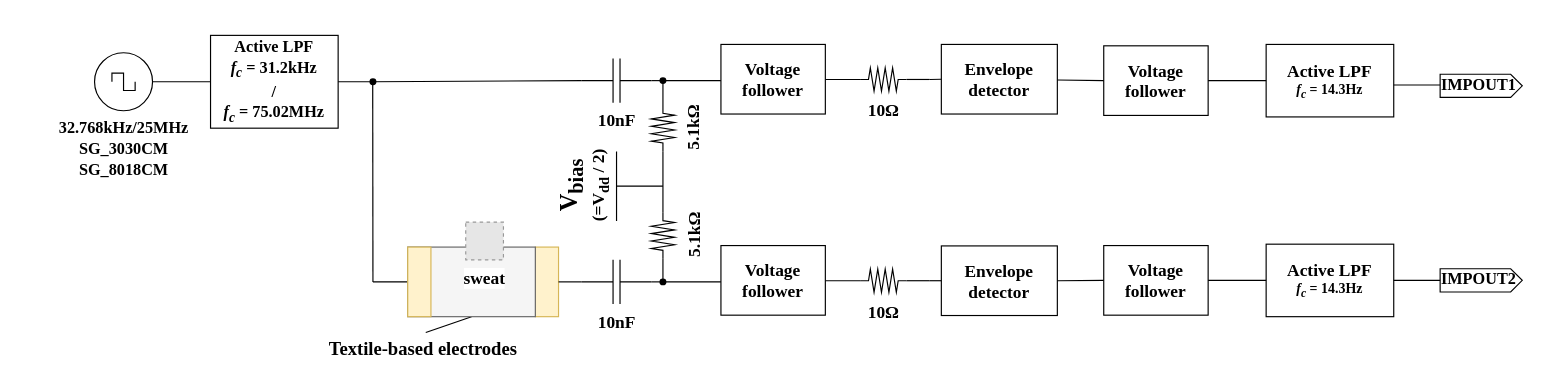
The draw.io diagram forIEEE Sensors_simplified_circuit.drawio in 10matcho27/drawio_figure, before the edit. Source tidied: cells renumbered, new cells numbered last; positions are measured from the earlier drawing's top-left corner, leaving out a move shared by most shapes. Both pictures are drawn from the tidied source at 116%, with x=0, y=0 at pixel (94, 35). Pictures stored in the file or linked from it are replaced by grey dashed boxes.
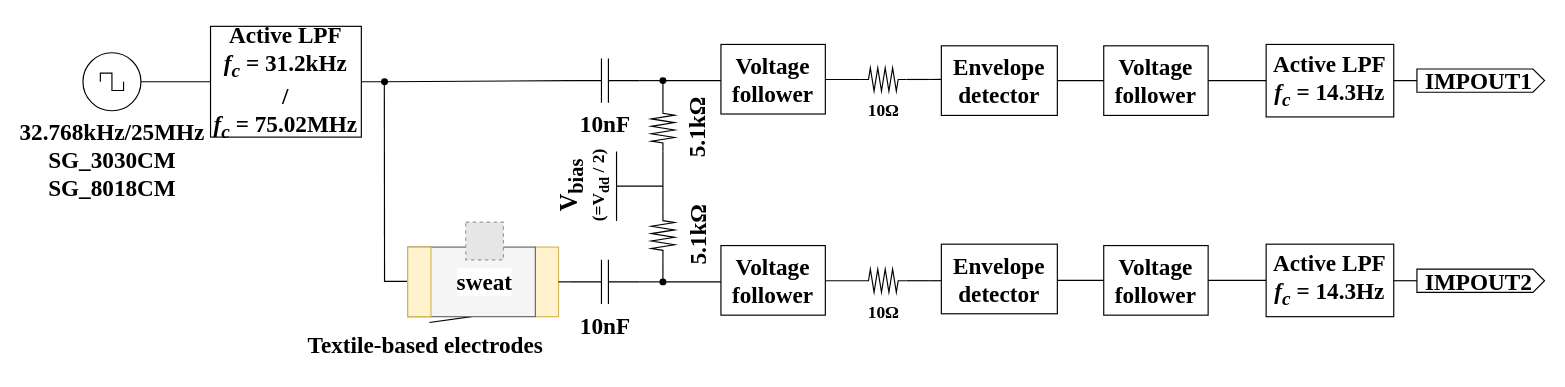
The same page after the edit.

Commit message (it also covers changes not shown here):
forIEEE Sensors_simplified_circuit.drawio を更新します

What changed in the source:
```diff
@@
-    <mxCell id="2" value="&lt;div style=&quot;font-size: 14px;&quot;&gt;&lt;font style=&quot;font-size: 14px;&quot; face=&quot;Times New Roman&quot;&gt;&lt;b&gt;32.768kHz/25MHz&lt;br&gt;&lt;/b&gt;&lt;/font&gt;&lt;/div&gt;&lt;div style=&quot;font-size: 14px;&quot;&gt;&lt;font style=&quot;font-size: 14px;&quot; face=&quot;Times New Roman&quot;&gt;&lt;b&gt;SG_3030CM&lt;/b&gt;&lt;/font&gt;&lt;/div&gt;&lt;div style=&quot;font-size: 14px;&quot;&gt;&lt;font style=&quot;font-size: 14px;&quot; face=&quot;Times New Roman&quot;&gt;&lt;b&gt;SG_8018CM&lt;/b&gt;&lt;/font&gt;&lt;/div&gt;" style="verticalLabelPosition=bottom;shadow=0;dashed=0;align=center;html=1;verticalAlign=top;shape=mxgraph.electrical.signal_sources.source;points=[[0.5,0,0],[1,0.5,0],[0.5,1,0],[0,0.5,0]];elSignalType=square;" parent="1" vertex="1">
-      <mxGeometry y="15" width="50" height="50" as="geometry" />
+    <mxCell id="2" value="&lt;div style=&quot;font-size: 20px;&quot;&gt;&lt;font style=&quot;font-size: 20px;&quot; face=&quot;Times New Roman&quot;&gt;&lt;b&gt;32.768kHz/25MHz&lt;br&gt;&lt;/b&gt;&lt;/font&gt;&lt;/div&gt;&lt;div style=&quot;font-size: 20px;&quot;&gt;&lt;font style=&quot;font-size: 20px;&quot; face=&quot;Times New Roman&quot;&gt;&lt;b&gt;SG_3030CM&lt;/b&gt;&lt;/font&gt;&lt;/div&gt;&lt;div style=&quot;font-size: 20px;&quot;&gt;&lt;font style=&quot;font-size: 20px;&quot; face=&quot;Times New Roman&quot;&gt;&lt;b&gt;SG_8018CM&lt;/b&gt;&lt;/font&gt;&lt;/div&gt;" style="verticalLabelPosition=bottom;shadow=0;dashed=0;align=center;html=1;verticalAlign=top;shape=mxgraph.electrical.signal_sources.source;points=[[0.5,0,0],[1,0.5,0],[0.5,1,0],[0,0.5,0]];elSignalType=square;" parent="1" vertex="1">
+      <mxGeometry x="-10" y="15" width="50" height="50" as="geometry" />
     </mxCell>
-    <mxCell id="3" value="&lt;div style=&quot;font-size: 14px;&quot;&gt;&lt;font style=&quot;font-size: 14px;&quot; face=&quot;Times New Roman&quot;&gt;&lt;b style=&quot;&quot;&gt;Active LPF&lt;/b&gt;&lt;/font&gt;&lt;/div&gt;&lt;div style=&quot;font-size: 14px;&quot;&gt;&lt;font style=&quot;font-size: 14px;&quot; face=&quot;Times New Roman&quot;&gt;&lt;b&gt;&lt;i&gt;f&lt;sub&gt;c&lt;/sub&gt;&lt;/i&gt; = 31.2kHz&lt;/b&gt;&lt;/font&gt;&lt;/div&gt;&lt;div style=&quot;font-size: 14px;&quot;&gt;&lt;font style=&quot;font-size: 14px;&quot; face=&quot;Times New Roman&quot;&gt;&lt;b&gt;/&lt;/b&gt;&lt;/font&gt;&lt;/div&gt;&lt;div style=&quot;font-size: 14px;&quot;&gt;&lt;font style=&quot;font-size: 14px;&quot; face=&quot;Times New Roman&quot;&gt;&lt;b&gt;&lt;i&gt;f&lt;sub&gt;c&lt;/sub&gt;&lt;/i&gt; = 75.02MHz&lt;/b&gt;&lt;/font&gt;&lt;/div&gt;" style="whiteSpace=wrap;html=1;" parent="1" vertex="1">
-      <mxGeometry x="100" width="110" height="80" as="geometry" />
+    <mxCell id="3" value="&lt;div style=&quot;font-size: 20px;&quot;&gt;&lt;font style=&quot;font-size: 20px;&quot; face=&quot;Times New Roman&quot;&gt;&lt;b style=&quot;&quot;&gt;Active LPF&lt;/b&gt;&lt;/font&gt;&lt;/div&gt;&lt;div style=&quot;font-size: 20px;&quot;&gt;&lt;font style=&quot;font-size: 20px;&quot; face=&quot;Times New Roman&quot;&gt;&lt;b&gt;&lt;i&gt;f&lt;sub&gt;c&lt;/sub&gt;&lt;/i&gt; = 31.2kHz&lt;/b&gt;&lt;/font&gt;&lt;/div&gt;&lt;div style=&quot;font-size: 20px;&quot;&gt;&lt;font style=&quot;font-size: 20px;&quot; face=&quot;Times New Roman&quot;&gt;&lt;b&gt;/&lt;/b&gt;&lt;/font&gt;&lt;/div&gt;&lt;div style=&quot;font-size: 20px;&quot;&gt;&lt;font style=&quot;font-size: 20px;&quot; face=&quot;Times New Roman&quot;&gt;&lt;b&gt;&lt;i&gt;f&lt;sub&gt;c&lt;/sub&gt;&lt;/i&gt; = 75.02MHz&lt;/b&gt;&lt;/font&gt;&lt;/div&gt;" style="whiteSpace=wrap;html=1;" parent="1" vertex="1">
+      <mxGeometry x="100" y="-7.8" width="130" height="95.5" as="geometry" />
     </mxCell>
@@
     <mxCell id="6" style="endArrow=none;html=1;rounded=0;fontSize=15;" parent="1" edge="1">
       <mxGeometry relative="1" as="geometry">
-        <mxPoint x="240" y="212.5" as="sourcePoint" />
-        <mxPoint x="239.8" y="40" as="targetPoint" />
+        <mxPoint x="250" y="212.5" as="sourcePoint" />
+        <mxPoint x="249.8" y="40" as="targetPoint" />
       </mxGeometry>
     </mxCell>
     <mxCell id="7" style="shape=waypoint;sketch=0;fillStyle=solid;size=6;points=[];fillColor=none;perimeter=centerPerimeter;snapToPoint=1;fontSize=15;" parent="1" vertex="1">
-      <mxGeometry x="220" y="20" width="40" height="40" as="geometry" />
+      <mxGeometry x="230" y="20" width="40" height="40" as="geometry" />
     </mxCell>
@@
-    <mxCell id="10" style="endArrow=none;html=1;rounded=0;fontSize=15;entryX=0;entryY=0.5;entryDx=0;entryDy=0;startArrow=none;" parent="1" edge="1">
+    <mxCell id="10" style="endArrow=none;html=1;rounded=0;fontSize=15;entryX=0.009;entryY=0.443;entryDx=0;entryDy=0;startArrow=none;entryPerimeter=0;" parent="1" edge="1">
       <mxGeometry relative="1" as="geometry">
-        <mxPoint x="240" y="212.5" as="sourcePoint" />
-        <mxPoint x="270" y="212.5" as="targetPoint" />
+        <mxPoint x="250" y="212" as="sourcePoint" />
+        <mxPoint x="270.2" y="212.1" as="targetPoint" />
       </mxGeometry>
     </mxCell>
-    <mxCell id="11" value="&lt;font face=&quot;Times New Roman&quot;&gt;&lt;b&gt;10nF&lt;/b&gt;&lt;/font&gt;" style="verticalLabelPosition=bottom;shadow=0;dashed=0;align=center;html=1;verticalAlign=top;shape=mxgraph.electrical.capacitors.capacitor_1;fontSize=15;" parent="1" vertex="1">
-      <mxGeometry x="420" y="20" width="60" height="38" as="geometry" />
+    <mxCell id="11" value="&lt;font style=&quot;font-size: 20px;&quot; face=&quot;Times New Roman&quot;&gt;&lt;b&gt;10nF&lt;/b&gt;&lt;/font&gt;" style="verticalLabelPosition=bottom;shadow=0;dashed=0;align=center;html=1;verticalAlign=top;shape=mxgraph.electrical.capacitors.capacitor_1;fontSize=15;" parent="1" vertex="1">
+      <mxGeometry x="410" y="20" width="60" height="38" as="geometry" />
     </mxCell>
-    <mxCell id="12" value="&lt;font face=&quot;Times New Roman&quot;&gt;&lt;b&gt;10nF&lt;/b&gt;&lt;/font&gt;" style="verticalLabelPosition=bottom;shadow=0;dashed=0;align=center;html=1;verticalAlign=top;shape=mxgraph.electrical.capacitors.capacitor_1;fontSize=15;" parent="1" vertex="1">
-      <mxGeometry x="420" y="193.5" width="60" height="38" as="geometry" />
+    <mxCell id="12" value="&lt;font style=&quot;font-size: 20px;&quot; face=&quot;Times New Roman&quot;&gt;&lt;b&gt;10nF&lt;/b&gt;&lt;/font&gt;" style="verticalLabelPosition=bottom;shadow=0;dashed=0;align=center;html=1;verticalAlign=top;shape=mxgraph.electrical.capacitors.capacitor_1;fontSize=15;" parent="1" vertex="1">
+      <mxGeometry x="410" y="193.5" width="60" height="38" as="geometry" />
     </mxCell>
@@
-    <mxCell id="19" value="&lt;div style=&quot;font-size: 15px;&quot;&gt;&lt;font style=&quot;font-size: 15px;&quot; face=&quot;Times New Roman&quot;&gt;&lt;b&gt;5.1kΩ&lt;/b&gt;&lt;/font&gt;&lt;/div&gt;" style="verticalLabelPosition=bottom;shadow=0;dashed=0;align=center;html=1;verticalAlign=top;shape=mxgraph.electrical.resistors.resistor_2;rotation=-90;labelPosition=center;direction=west;spacing=3;spacingTop=0;spacingLeft=0;" parent="1" vertex="1">
+    <mxCell id="19" value="&lt;div style=&quot;font-size: 20px;&quot;&gt;&lt;font style=&quot;font-size: 20px;&quot; face=&quot;Times New Roman&quot;&gt;&lt;b&gt;5.1kΩ&lt;/b&gt;&lt;/font&gt;&lt;/div&gt;" style="verticalLabelPosition=bottom;shadow=0;dashed=0;align=center;html=1;verticalAlign=top;shape=mxgraph.electrical.resistors.resistor_2;rotation=-90;labelPosition=center;direction=west;spacing=3;spacingTop=0;spacingLeft=0;" parent="1" vertex="1">
       <mxGeometry x="470" y="70" width="40" height="20" as="geometry" />
     </mxCell>
-    <mxCell id="20" value="&lt;div style=&quot;font-size: 15px;&quot;&gt;&lt;font style=&quot;font-size: 15px;&quot; face=&quot;Times New Roman&quot;&gt;&lt;b&gt;5.1kΩ&lt;/b&gt;&lt;/font&gt;&lt;/div&gt;" style="verticalLabelPosition=bottom;shadow=0;dashed=0;align=center;html=1;verticalAlign=top;shape=mxgraph.electrical.resistors.resistor_2;rotation=-90;labelPosition=center;direction=west;spacing=3;spacingTop=0;spacingLeft=0;" parent="1" vertex="1">
+    <mxCell id="20" value="&lt;div style=&quot;font-size: 20px;&quot;&gt;&lt;font style=&quot;font-size: 20px;&quot; face=&quot;Times New Roman&quot;&gt;&lt;b&gt;5.1kΩ&lt;/b&gt;&lt;/font&gt;&lt;/div&gt;" style="verticalLabelPosition=bottom;shadow=0;dashed=0;align=center;html=1;verticalAlign=top;shape=mxgraph.electrical.resistors.resistor_2;rotation=-90;labelPosition=center;direction=west;spacing=3;spacingTop=0;spacingLeft=0;" parent="1" vertex="1">
       <mxGeometry x="470" y="162.5" width="40" height="20" as="geometry" />
     </mxCell>
@@
-    <mxCell id="28" value="&lt;h1 id=&quot;firstHeading&quot; class=&quot;firstHeading mw-first-heading&quot; style=&quot;font-size: 15px&quot;&gt;&lt;font style=&quot;font-size: 15px&quot; face=&quot;Times New Roman&quot;&gt;Envelope detector&lt;/font&gt;&lt;/h1&gt;" style="whiteSpace=wrap;html=1;fontSize=20;" parent="1" vertex="1">
-      <mxGeometry x="730" y="7.8" width="100" height="60" as="geometry" />
-    </mxCell>
-    <mxCell id="29" value="&lt;h1 id=&quot;firstHeading&quot; class=&quot;firstHeading mw-first-heading&quot; style=&quot;font-size: 15px&quot;&gt;&lt;font style=&quot;font-size: 15px&quot; face=&quot;Times New Roman&quot;&gt;Envelope detector&lt;/font&gt;&lt;/h1&gt;" style="whiteSpace=wrap;html=1;fontSize=20;" parent="1" vertex="1">
-      <mxGeometry x="730" y="181.5" width="100" height="60" as="geometry" />
-    </mxCell>
@@
-    <mxCell id="33" style="endArrow=none;html=1;rounded=0;fontSize=15;exitDx=0;exitDy=0;startArrow=none;exitX=1;exitY=0.5;entryX=0;entryY=0.5;entryDx=0;entryDy=0;exitPerimeter=0;" parent="1" edge="1" target="28">
+    <mxCell id="33" style="endArrow=none;html=1;rounded=0;fontSize=15;exitDx=0;exitDy=0;startArrow=none;exitX=1;exitY=0.5;entryX=0.001;entryY=0.483;entryDx=0;entryDy=0;exitPerimeter=0;entryPerimeter=0;" parent="1" edge="1" target="57">
       <mxGeometry relative="1" as="geometry">
         <mxPoint x="720" y="38" as="sourcePoint" />
       </mxGeometry>
     </mxCell>
@@
-    <mxCell id="37" value="&lt;div&gt;&lt;font face=&quot;Times New Roman&quot;&gt;&lt;b&gt;Voltage &lt;br&gt;&lt;/b&gt;&lt;/font&gt;&lt;/div&gt;&lt;div&gt;&lt;font face=&quot;Times New Roman&quot;&gt;&lt;b&gt;follower&lt;/b&gt;&lt;/font&gt;&lt;/div&gt;" style="whiteSpace=wrap;html=1;fontSize=15;" parent="1" vertex="1">
+    <mxCell id="37" value="&lt;div style=&quot;font-size: 20px;&quot;&gt;&lt;font style=&quot;font-size: 20px;&quot; face=&quot;Times New Roman&quot;&gt;&lt;b&gt;Voltage &lt;br&gt;&lt;/b&gt;&lt;/font&gt;&lt;/div&gt;&lt;div style=&quot;font-size: 20px;&quot;&gt;&lt;font style=&quot;font-size: 20px;&quot; face=&quot;Times New Roman&quot;&gt;&lt;b&gt;follower&lt;/b&gt;&lt;/font&gt;&lt;/div&gt;" style="whiteSpace=wrap;html=1;fontSize=15;" parent="1" vertex="1">
       <mxGeometry x="870" y="9" width="90" height="60" as="geometry" />
     </mxCell>
-    <mxCell id="38" value="&lt;div&gt;&lt;font face=&quot;Times New Roman&quot;&gt;&lt;b&gt;Voltage &lt;br&gt;&lt;/b&gt;&lt;/font&gt;&lt;/div&gt;&lt;div&gt;&lt;font face=&quot;Times New Roman&quot;&gt;&lt;b&gt;follower&lt;/b&gt;&lt;/font&gt;&lt;/div&gt;" style="whiteSpace=wrap;html=1;fontSize=15;" parent="1" vertex="1">
+    <mxCell id="38" value="&lt;div style=&quot;font-size: 20px;&quot;&gt;&lt;font style=&quot;font-size: 20px;&quot; face=&quot;Times New Roman&quot;&gt;&lt;b&gt;Voltage &lt;br&gt;&lt;/b&gt;&lt;/font&gt;&lt;/div&gt;&lt;div style=&quot;font-size: 20px;&quot;&gt;&lt;font style=&quot;font-size: 20px;&quot; face=&quot;Times New Roman&quot;&gt;&lt;b&gt;follower&lt;/b&gt;&lt;/font&gt;&lt;/div&gt;" style="whiteSpace=wrap;html=1;fontSize=15;" parent="1" vertex="1">
       <mxGeometry x="870" y="181.2" width="90" height="60" as="geometry" />
     </mxCell>
-    <mxCell id="39" value="&lt;div&gt;&lt;font size=&quot;1&quot; face=&quot;Times New Roman&quot;&gt;&lt;b style=&quot;font-size: 15px&quot;&gt;Active LPF&lt;/b&gt;&lt;/font&gt;&lt;/div&gt;&lt;div&gt;&lt;font face=&quot;Times New Roman&quot;&gt;&lt;b&gt;&lt;i&gt;f&lt;sub&gt;c&lt;/sub&gt;&lt;/i&gt; = 14.3Hz&lt;br&gt;&lt;/b&gt;&lt;/font&gt;&lt;/div&gt;" style="whiteSpace=wrap;html=1;" parent="1" vertex="1">
+    <mxCell id="39" value="&lt;div style=&quot;font-size: 20px;&quot;&gt;&lt;font style=&quot;font-size: 20px;&quot; face=&quot;Times New Roman&quot;&gt;&lt;b style=&quot;&quot;&gt;Active LPF&lt;/b&gt;&lt;/font&gt;&lt;/div&gt;&lt;div style=&quot;font-size: 20px;&quot;&gt;&lt;font style=&quot;font-size: 20px;&quot; face=&quot;Times New Roman&quot;&gt;&lt;b&gt;&lt;i&gt;f&lt;sub&gt;c&lt;/sub&gt;&lt;/i&gt; = 14.3Hz&lt;br&gt;&lt;/b&gt;&lt;/font&gt;&lt;/div&gt;" style="whiteSpace=wrap;html=1;" parent="1" vertex="1">
       <mxGeometry x="1010" y="7.8" width="110" height="62.5" as="geometry" />
     </mxCell>
-    <mxCell id="40" value="&lt;div&gt;&lt;font size=&quot;1&quot; face=&quot;Times New Roman&quot;&gt;&lt;b style=&quot;font-size: 15px&quot;&gt;Active LPF&lt;/b&gt;&lt;/font&gt;&lt;/div&gt;&lt;div&gt;&lt;font face=&quot;Times New Roman&quot;&gt;&lt;b&gt;&lt;i&gt;f&lt;sub&gt;c&lt;/sub&gt;&lt;/i&gt; = 14.3Hz&lt;br&gt;&lt;/b&gt;&lt;/font&gt;&lt;/div&gt;" style="whiteSpace=wrap;html=1;" parent="1" vertex="1">
+    <mxCell id="40" value="&lt;div style=&quot;font-size: 20px;&quot;&gt;&lt;font style=&quot;font-size: 20px;&quot; face=&quot;Times New Roman&quot;&gt;&lt;b style=&quot;&quot;&gt;Active LPF&lt;/b&gt;&lt;/font&gt;&lt;/div&gt;&lt;div style=&quot;font-size: 20px;&quot;&gt;&lt;font style=&quot;font-size: 20px;&quot; face=&quot;Times New Roman&quot;&gt;&lt;b&gt;&lt;i&gt;f&lt;sub&gt;c&lt;/sub&gt;&lt;/i&gt; = 14.3Hz&lt;br&gt;&lt;/b&gt;&lt;/font&gt;&lt;/div&gt;" style="whiteSpace=wrap;html=1;" parent="1" vertex="1">
       <mxGeometry x="1010" y="180" width="110" height="62.5" as="geometry" />
     </mxCell>
-    <mxCell id="41" value="&lt;font style=&quot;font-size: 14px&quot; face=&quot;Times New Roman&quot;&gt;&lt;b&gt;IMPOUT1&lt;/b&gt;&lt;/font&gt;" style="shape=mxgraph.arrows2.arrow;verticalLabelPosition=middle;shadow=0;dashed=0;align=center;html=1;verticalAlign=middle;strokeWidth=1;dy=0;dx=10;notch=0;fontSize=7;labelPosition=center;spacingLeft=-5;" parent="1" vertex="1">
-      <mxGeometry x="1160" y="33.5" width="70.8" height="20" as="geometry" />
+    <mxCell id="41" value="&lt;font style=&quot;font-size: 20px;&quot; face=&quot;Times New Roman&quot;&gt;&lt;b&gt;IMPOUT1&lt;/b&gt;&lt;/font&gt;" style="shape=mxgraph.arrows2.arrow;verticalLabelPosition=middle;shadow=0;dashed=0;align=center;html=1;verticalAlign=middle;strokeWidth=1;dy=0;dx=10;notch=0;fontSize=7;labelPosition=center;spacingLeft=-5;" parent="1" vertex="1">
+      <mxGeometry x="1140" y="29" width="110" height="20" as="geometry" />
     </mxCell>
-    <mxCell id="42" value="&lt;font style=&quot;font-size: 14px&quot; face=&quot;Times New Roman&quot;&gt;&lt;b&gt;IMPOUT2&lt;/b&gt;&lt;/font&gt;" style="shape=mxgraph.arrows2.arrow;verticalLabelPosition=middle;shadow=0;dashed=0;align=center;html=1;verticalAlign=middle;strokeWidth=1;dy=0;dx=10;notch=0;fontSize=7;labelPosition=center;spacingLeft=-5;" parent="1" vertex="1">
-      <mxGeometry x="1160" y="201.2" width="70.8" height="20" as="geometry" />
-    </mxCell>
-    <mxCell id="43" style="endArrow=none;html=1;rounded=0;fontSize=20;entryX=0;entryY=0.5;entryDx=0;entryDy=0;entryPerimeter=0;exitX=1;exitY=0.5;exitDx=0;exitDy=0;" parent="1" edge="1" source="40" target="42">
-      <mxGeometry relative="1" as="geometry" />
-    </mxCell>
-    <mxCell id="44" style="endArrow=none;html=1;rounded=0;fontSize=20;entryX=0;entryY=0.5;entryDx=0;entryDy=0;entryPerimeter=0;exitX=1;exitY=0.5;exitDx=0;exitDy=0;" parent="1" edge="1">
-      <mxGeometry relative="1" as="geometry">
-        <mxPoint x="1120" y="42.8" as="sourcePoint" />
-        <mxPoint x="1160" y="42.8" as="targetPoint" />
-      </mxGeometry>
+    <mxCell id="44" style="endArrow=none;html=1;rounded=0;fontSize=20;exitX=1;exitY=0.5;exitDx=0;exitDy=0;entryX=0;entryY=0.5;entryDx=0;entryDy=0;entryPerimeter=0;" parent="1" edge="1" source="39" target="41">
+      <mxGeometry relative="1" as="geometry" />
     </mxCell>
@@
-    <mxCell id="46" style="endArrow=none;html=1;rounded=0;fontSize=20;entryX=0;entryY=0.5;entryDx=0;entryDy=0;" parent="1" edge="1" source="28" target="37">
+    <mxCell id="46" style="endArrow=none;html=1;rounded=0;fontSize=20;entryX=0;entryY=0.5;entryDx=0;entryDy=0;exitX=1;exitY=0.5;exitDx=0;exitDy=0;" parent="1" edge="1" source="57" target="37">
       <mxGeometry relative="1" as="geometry" />
     </mxCell>
-    <mxCell id="47" style="endArrow=none;html=1;rounded=0;fontSize=20;entryX=0;entryY=0.5;entryDx=0;entryDy=0;exitX=1;exitY=0.5;exitDx=0;exitDy=0;" parent="1" edge="1" source="29" target="38">
+    <mxCell id="47" style="endArrow=none;html=1;rounded=0;fontSize=20;entryX=0;entryY=0.5;entryDx=0;entryDy=0;exitX=1.002;exitY=0.519;exitDx=0;exitDy=0;exitPerimeter=0;" parent="1" edge="1" source="58" target="38">
       <mxGeometry relative="1" as="geometry" />
     </mxCell>
@@
-    <mxCell id="49" style="endArrow=none;html=1;rounded=0;fontSize=15;exitDx=0;exitDy=0;startArrow=none;exitX=1;exitY=0.5;entryX=0;entryY=0.5;entryDx=0;entryDy=0;exitPerimeter=0;" parent="1" edge="1" target="29">
+    <mxCell id="49" style="endArrow=none;html=1;rounded=0;fontSize=15;exitDx=0;exitDy=0;startArrow=none;exitX=1;exitY=0.5;entryX=0;entryY=0.5;entryDx=0;entryDy=0;exitPerimeter=0;" parent="1" edge="1">
       <mxGeometry relative="1" as="geometry">
         <mxPoint x="720" y="211.5" as="sourcePoint" />
+        <mxPoint x="730" y="211.5" as="targetPoint" />
       </mxGeometry>
     </mxCell>
-    <mxCell id="50" value="&lt;div&gt;&lt;font face=&quot;Times New Roman&quot;&gt;&lt;b&gt;Voltage &lt;br&gt;&lt;/b&gt;&lt;/font&gt;&lt;/div&gt;&lt;div&gt;&lt;font face=&quot;Times New Roman&quot;&gt;&lt;b&gt;follower&lt;/b&gt;&lt;/font&gt;&lt;/div&gt;" style="whiteSpace=wrap;html=1;fontSize=15;" parent="1" vertex="1">
+    <mxCell id="50" value="&lt;div style=&quot;font-size: 20px;&quot;&gt;&lt;font style=&quot;font-size: 20px;&quot; face=&quot;Times New Roman&quot;&gt;&lt;b&gt;Voltage &lt;br&gt;&lt;/b&gt;&lt;/font&gt;&lt;/div&gt;&lt;div style=&quot;font-size: 20px;&quot;&gt;&lt;font style=&quot;font-size: 20px;&quot; face=&quot;Times New Roman&quot;&gt;&lt;b&gt;follower&lt;/b&gt;&lt;/font&gt;&lt;/div&gt;" style="whiteSpace=wrap;html=1;fontSize=15;" parent="1" vertex="1">
       <mxGeometry x="540" y="181.2" width="90" height="60" as="geometry" />
     </mxCell>
-    <mxCell id="51" value="&lt;div&gt;&lt;font face=&quot;Times New Roman&quot;&gt;&lt;b&gt;Voltage &lt;br&gt;&lt;/b&gt;&lt;/font&gt;&lt;/div&gt;&lt;div&gt;&lt;font face=&quot;Times New Roman&quot;&gt;&lt;b&gt;follower&lt;/b&gt;&lt;/font&gt;&lt;/div&gt;" style="whiteSpace=wrap;html=1;fontSize=15;" parent="1" vertex="1">
+    <mxCell id="51" value="&lt;div style=&quot;font-size: 20px;&quot;&gt;&lt;font style=&quot;font-size: 20px;&quot; face=&quot;Times New Roman&quot;&gt;&lt;b&gt;Voltage &lt;br&gt;&lt;/b&gt;&lt;/font&gt;&lt;/div&gt;&lt;div style=&quot;font-size: 20px;&quot;&gt;&lt;font style=&quot;font-size: 20px;&quot; face=&quot;Times New Roman&quot;&gt;&lt;b&gt;follower&lt;/b&gt;&lt;/font&gt;&lt;/div&gt;" style="whiteSpace=wrap;html=1;fontSize=15;" parent="1" vertex="1">
       <mxGeometry x="540" y="7.8" width="90" height="60" as="geometry" />
     </mxCell>
@@
-    <mxCell id="53" value="&lt;div style=&quot;font-size: 16px;&quot;&gt;&lt;font style=&quot;font-size: 16px;&quot; face=&quot;Times New Roman&quot;&gt;&lt;b&gt;&lt;font style=&quot;font-size: 16px;&quot;&gt;Textile-based electrodes&lt;/font&gt;&lt;/b&gt;&lt;/font&gt;&lt;/div&gt;" style="text;html=1;align=center;verticalAlign=middle;points=[];strokeColor=none;fillColor=none;" parent="1" vertex="1">
-      <mxGeometry x="187.5" y="255" width="190" height="30" as="geometry" />
+    <mxCell id="53" value="&lt;div style=&quot;font-size: 20px;&quot;&gt;&lt;font style=&quot;font-size: 20px;&quot; face=&quot;Times New Roman&quot;&gt;&lt;b&gt;&lt;font style=&quot;font-size: 20px;&quot;&gt;Textile-based electrodes&lt;/font&gt;&lt;/b&gt;&lt;/font&gt;&lt;/div&gt;" style="text;html=1;align=center;verticalAlign=middle;points=[];strokeColor=none;fillColor=none;" parent="1" vertex="1">
+      <mxGeometry x="170" y="246" width="230" height="40" as="geometry" />
     </mxCell>
@@
-    <mxCell id="56" value="&lt;font face=&quot;Times New Roman&quot;&gt;&lt;b&gt;&lt;font style=&quot;font-size: 15px;&quot;&gt;sweat&lt;/font&gt;&lt;/b&gt;&lt;/font&gt;" style="fillColor=#E6E6E6;strokeColor=#999999;dashed=1;html=1;verticalAlign=top;verticalLabelPosition=bottom;labelBackgroundColor=#ffffff;" parent="1" vertex="1">
+    <mxCell id="56" value="&lt;font style=&quot;font-size: 20px;&quot; face=&quot;Times New Roman&quot;&gt;&lt;b&gt;&lt;font style=&quot;font-size: 20px;&quot;&gt;sweat&lt;/font&gt;&lt;/b&gt;&lt;/font&gt;" style="fillColor=#E6E6E6;strokeColor=#999999;dashed=1;html=1;verticalAlign=top;verticalLabelPosition=bottom;labelBackgroundColor=#ffffff;" parent="1" vertex="1">
       <mxGeometry x="320" y="161" width="32.5" height="32.5" as="geometry" />
     </mxCell>
+    <mxCell id="57" value="&lt;h1 id=&quot;firstHeading&quot; class=&quot;firstHeading mw-first-heading&quot; style=&quot;font-size: 15px&quot;&gt;&lt;font style=&quot;font-size: 20px;&quot; face=&quot;Times New Roman&quot;&gt;Envelope detector&lt;/font&gt;&lt;/h1&gt;" style="whiteSpace=wrap;html=1;fontSize=15;" parent="1" vertex="1">
+      <mxGeometry x="730" y="9" width="100" height="60" as="geometry" />
+    </mxCell>
+    <mxCell id="58" value="&lt;h1 id=&quot;firstHeading&quot; class=&quot;firstHeading mw-first-heading&quot; style=&quot;font-size: 15px&quot;&gt;&lt;font style=&quot;font-size: 20px;&quot; face=&quot;Times New Roman&quot;&gt;Envelope detector&lt;/font&gt;&lt;/h1&gt;" style="whiteSpace=wrap;html=1;fontSize=15;" parent="1" vertex="1">
+      <mxGeometry x="730" y="180" width="100" height="60" as="geometry" />
+    </mxCell>
+    <mxCell id="42" value="&lt;font style=&quot;font-size: 20px;&quot; face=&quot;Times New Roman&quot;&gt;&lt;b&gt;IMPOUT2&lt;/b&gt;&lt;/font&gt;" style="shape=mxgraph.arrows2.arrow;verticalLabelPosition=middle;shadow=0;dashed=0;align=center;html=1;verticalAlign=middle;strokeWidth=1;dy=0;dx=10;notch=0;fontSize=7;labelPosition=center;spacingLeft=-5;" parent="1" vertex="1">
+      <mxGeometry x="1140" y="201.5" width="110" height="20" as="geometry" />
+    </mxCell>
+    <mxCell id="59" style="endArrow=none;html=1;rounded=0;fontSize=20;exitX=1;exitY=0.5;exitDx=0;exitDy=0;entryX=0;entryY=0.5;entryDx=0;entryDy=0;entryPerimeter=0;" parent="1" edge="1" target="42">
+      <mxGeometry relative="1" as="geometry">
+        <mxPoint x="1120" y="211.5" as="sourcePoint" />
+      </mxGeometry>
+    </mxCell>
```
